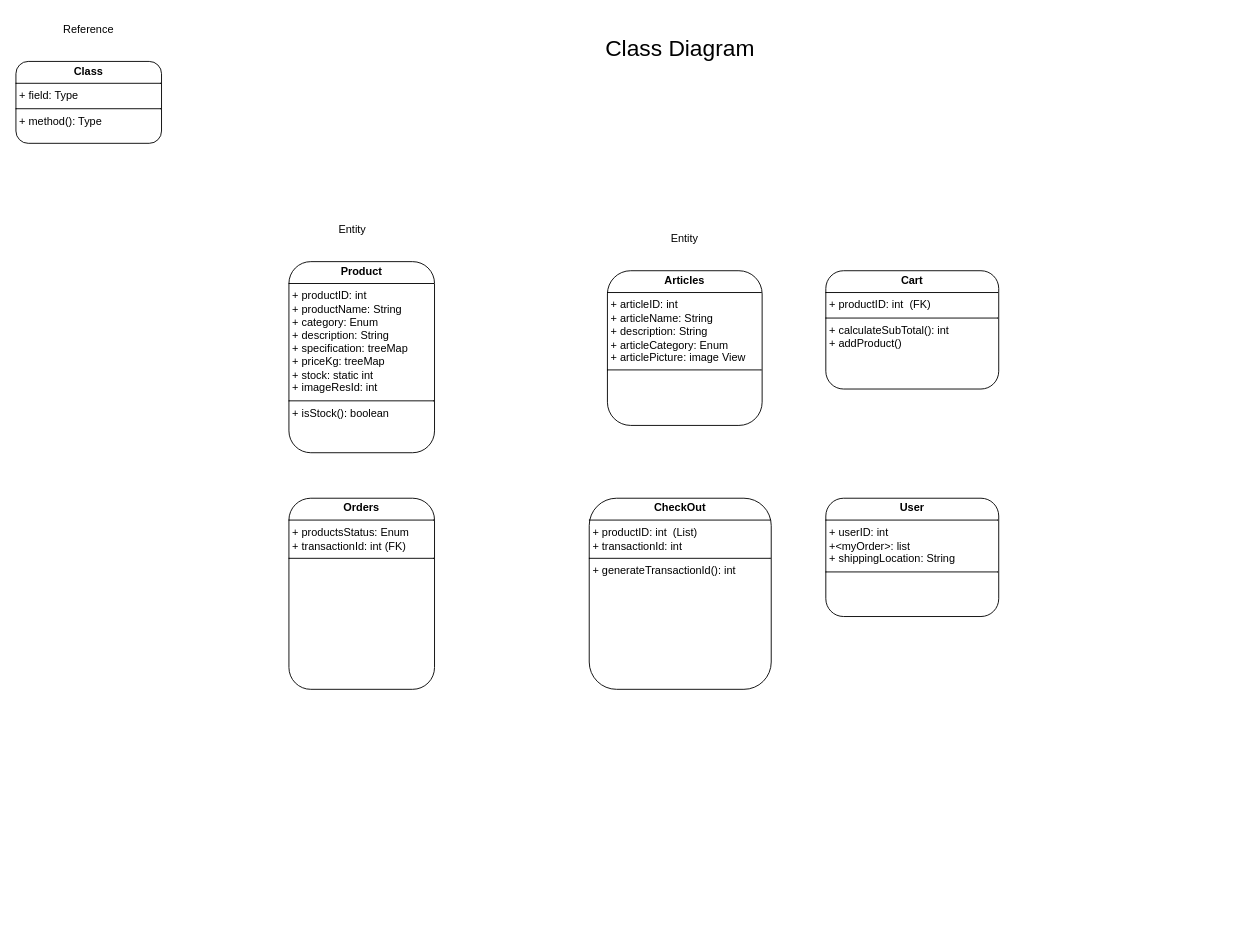
DevX300/TaniMart-UML keeps this draw.io diagram as TaniMart Class Diagram.drawio. Above is the earlier version. Source tidied: cells renumbered, new cells numbered last; positions are measured from the earlier drawing's top-left corner, leaving out a move shared by most shapes. Both pictures are drawn from the tidied source at 91%, with x=0, y=0 at pixel (15, 15).
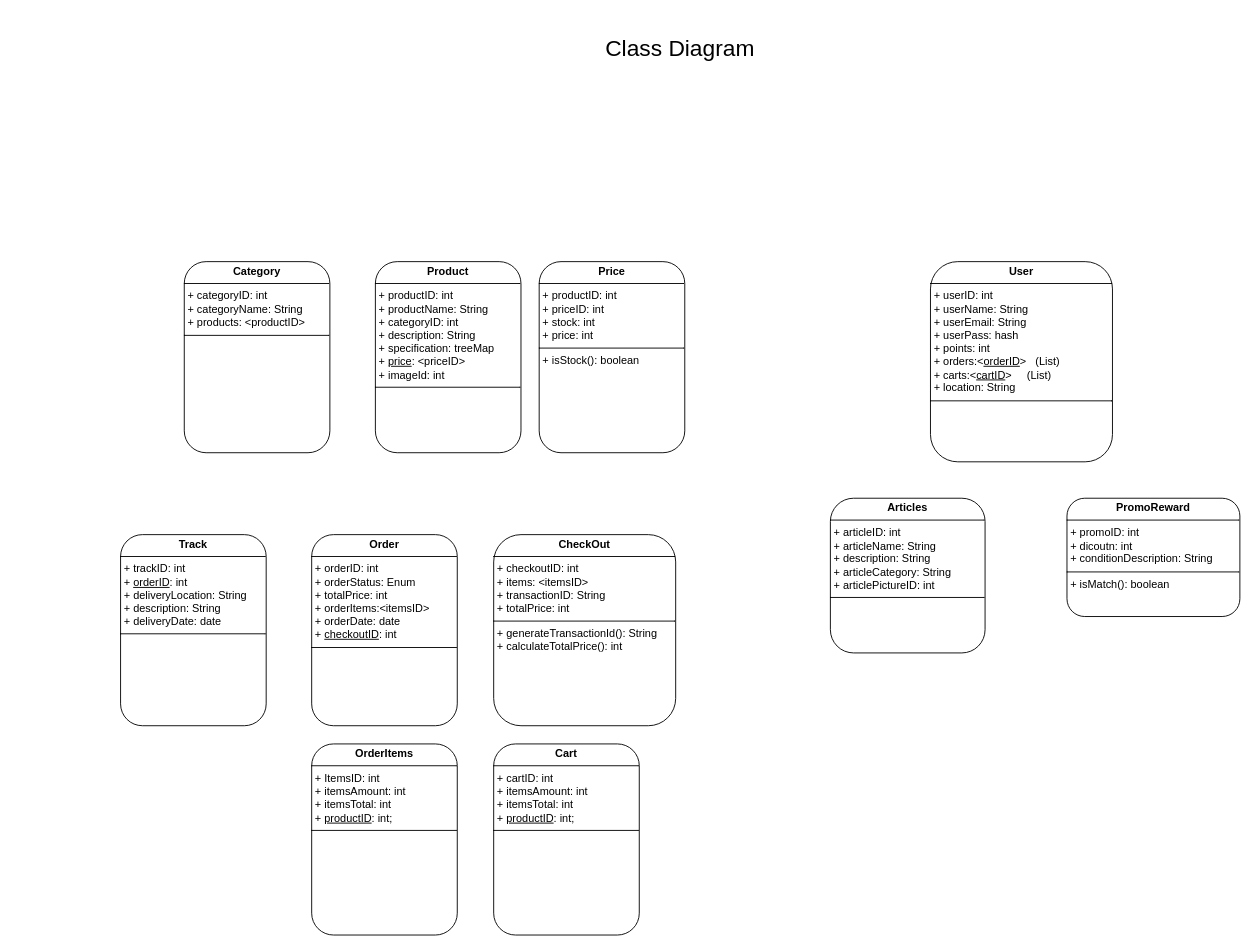
The same page after the edit.

Change to the diagram source:
```diff
@@
 <mxGraphModel>
   <root>
     <mxCell id="0" />
     <mxCell id="1" parent="0" />
-    <mxCell id="2" value="&lt;p style=&quot;margin:0px;margin-top:4px;text-align:center;&quot;&gt;&lt;b&gt;Class&lt;/b&gt;&lt;/p&gt;&lt;hr size=&quot;1&quot; style=&quot;border-style:solid;&quot;/&gt;&lt;p style=&quot;margin:0px;margin-left:4px;&quot;&gt;+ field: Type&lt;/p&gt;&lt;hr size=&quot;1&quot; style=&quot;border-style:solid;&quot;/&gt;&lt;p style=&quot;margin:0px;margin-left:4px;&quot;&gt;+ method(): Type&lt;/p&gt;" style="verticalAlign=top;align=left;overflow=fill;html=1;whiteSpace=wrap;rounded=1;" parent="1" vertex="1">
-      <mxGeometry y="50" width="160" height="90" as="geometry" />
-    </mxCell>
-    <mxCell id="3" value="&lt;p style=&quot;margin:0px;margin-top:4px;text-align:center;&quot;&gt;&lt;b&gt;Product&lt;/b&gt;&lt;/p&gt;&lt;hr size=&quot;1&quot; style=&quot;border-style:solid;&quot;&gt;&lt;p style=&quot;margin:0px;margin-left:4px;&quot;&gt;+ productID: int&lt;/p&gt;&lt;p style=&quot;margin:0px;margin-left:4px;&quot;&gt;+ productName: String&lt;/p&gt;&lt;p style=&quot;margin:0px;margin-left:4px;&quot;&gt;+ category: Enum&lt;/p&gt;&lt;p style=&quot;margin:0px;margin-left:4px;&quot;&gt;+ description: String&lt;/p&gt;&lt;p style=&quot;margin:0px;margin-left:4px;&quot;&gt;+ specification: treeMap&lt;/p&gt;&lt;p style=&quot;margin:0px;margin-left:4px;&quot;&gt;+ priceKg: treeMap&lt;/p&gt;&lt;p style=&quot;margin:0px;margin-left:4px;&quot;&gt;+ stock: static int&lt;/p&gt;&lt;p style=&quot;margin:0px;margin-left:4px;&quot;&gt;+&amp;nbsp;&lt;span style=&quot;background-color: transparent; color: light-dark(rgb(0, 0, 0), rgb(255, 255, 255));&quot;&gt;imageResId&lt;/span&gt;&lt;span style=&quot;background-color: transparent; color: light-dark(rgb(0, 0, 0), rgb(255, 255, 255));&quot;&gt;: int&lt;/span&gt;&lt;/p&gt;&lt;hr size=&quot;1&quot; style=&quot;border-style:solid;&quot;&gt;&lt;p style=&quot;margin:0px;margin-left:4px;&quot;&gt;+ isStock(): boolean&lt;/p&gt;" style="verticalAlign=top;align=left;overflow=fill;html=1;whiteSpace=wrap;rounded=1;" parent="1" vertex="1">
-      <mxGeometry x="300" y="270" width="160" height="210" as="geometry" />
+    <mxCell id="3" value="&lt;p style=&quot;margin:0px;margin-top:4px;text-align:center;&quot;&gt;&lt;b&gt;Product&lt;/b&gt;&lt;/p&gt;&lt;hr size=&quot;1&quot; style=&quot;border-style:solid;&quot;&gt;&lt;p style=&quot;margin:0px;margin-left:4px;&quot;&gt;+ productID: int&lt;/p&gt;&lt;p style=&quot;margin:0px;margin-left:4px;&quot;&gt;+ productName: String&lt;/p&gt;&lt;p style=&quot;margin:0px;margin-left:4px;&quot;&gt;+ categoryID: int&lt;/p&gt;&lt;p style=&quot;margin:0px;margin-left:4px;&quot;&gt;+ description: String&lt;/p&gt;&lt;p style=&quot;margin:0px;margin-left:4px;&quot;&gt;+ specification: treeMap&lt;/p&gt;&lt;p style=&quot;margin:0px;margin-left:4px;&quot;&gt;+ &lt;u&gt;price&lt;/u&gt;: &amp;lt;priceID&amp;gt;&lt;/p&gt;&lt;p style=&quot;margin:0px;margin-left:4px;&quot;&gt;+&amp;nbsp;&lt;span style=&quot;background-color: transparent; color: light-dark(rgb(0, 0, 0), rgb(255, 255, 255));&quot;&gt;imageId&lt;/span&gt;&lt;span style=&quot;background-color: transparent; color: light-dark(rgb(0, 0, 0), rgb(255, 255, 255));&quot;&gt;: int&lt;/span&gt;&lt;/p&gt;&lt;hr size=&quot;1&quot; style=&quot;border-style:solid;&quot;&gt;&lt;p style=&quot;margin:0px;margin-left:4px;&quot;&gt;&lt;br&gt;&lt;/p&gt;" style="verticalAlign=top;align=left;overflow=fill;html=1;whiteSpace=wrap;rounded=1;" parent="1" vertex="1">
+      <mxGeometry x="395" y="270" width="160" height="210" as="geometry" />
     </mxCell>
-    <mxCell id="4" value="Entity" style="text;html=1;whiteSpace=wrap;strokeColor=none;fillColor=none;align=center;verticalAlign=middle;rounded=0;" parent="1" vertex="1">
-      <mxGeometry x="340" y="220" width="60" height="30" as="geometry" />
-    </mxCell>
     <mxCell id="5" value="&lt;font style=&quot;font-size: 25px;&quot;&gt;Class Diagram&lt;/font&gt;" style="text;html=1;whiteSpace=wrap;strokeColor=none;fillColor=none;align=center;verticalAlign=middle;rounded=0;" parent="1" vertex="1">
       <mxGeometry x="590" y="20" width="280" height="30" as="geometry" />
     </mxCell>
-    <mxCell id="6" value="Reference" style="text;html=1;whiteSpace=wrap;strokeColor=none;fillColor=none;align=center;verticalAlign=middle;rounded=0;" parent="1" vertex="1">
-      <mxGeometry x="50" width="60" height="30" as="geometry" />
-    </mxCell>
-    <mxCell id="7" value="&lt;p style=&quot;margin:0px;margin-top:4px;text-align:center;&quot;&gt;&lt;b&gt;Articles&lt;/b&gt;&lt;/p&gt;&lt;hr size=&quot;1&quot; style=&quot;border-style:solid;&quot;&gt;&lt;p style=&quot;margin:0px;margin-left:4px;&quot;&gt;+ articleID: int&lt;/p&gt;&lt;p style=&quot;margin:0px;margin-left:4px;&quot;&gt;+ articleName: String&lt;/p&gt;&lt;p style=&quot;margin:0px;margin-left:4px;&quot;&gt;+ description: String&lt;/p&gt;&lt;p style=&quot;margin:0px;margin-left:4px;&quot;&gt;+ articleCategory: Enum&lt;/p&gt;&lt;p style=&quot;margin:0px;margin-left:4px;&quot;&gt;+ articlePicture: image View&amp;nbsp;&lt;/p&gt;&lt;hr size=&quot;1&quot; style=&quot;border-style:solid;&quot;&gt;&lt;p style=&quot;margin:0px;margin-left:4px;&quot;&gt;&lt;br&gt;&lt;/p&gt;" style="verticalAlign=top;align=left;overflow=fill;html=1;whiteSpace=wrap;rounded=1;" parent="1" vertex="1">
-      <mxGeometry x="650" y="280" width="170" height="170" as="geometry" />
+    <mxCell id="7" value="&lt;p style=&quot;margin:0px;margin-top:4px;text-align:center;&quot;&gt;&lt;b&gt;Articles&lt;/b&gt;&lt;/p&gt;&lt;hr size=&quot;1&quot; style=&quot;border-style:solid;&quot;&gt;&lt;p style=&quot;margin:0px;margin-left:4px;&quot;&gt;+ articleID: int&lt;/p&gt;&lt;p style=&quot;margin:0px;margin-left:4px;&quot;&gt;+ articleName: String&lt;/p&gt;&lt;p style=&quot;margin:0px;margin-left:4px;&quot;&gt;+ description: String&lt;/p&gt;&lt;p style=&quot;margin:0px;margin-left:4px;&quot;&gt;+ articleCategory: String&lt;/p&gt;&lt;p style=&quot;margin:0px;margin-left:4px;&quot;&gt;+ articlePictureID: int&amp;nbsp;&lt;/p&gt;&lt;hr size=&quot;1&quot; style=&quot;border-style:solid;&quot;&gt;&lt;p style=&quot;margin:0px;margin-left:4px;&quot;&gt;&lt;br&gt;&lt;/p&gt;" style="verticalAlign=top;align=left;overflow=fill;html=1;whiteSpace=wrap;rounded=1;" parent="1" vertex="1">
+      <mxGeometry x="895" y="530" width="170" height="170" as="geometry" />
     </mxCell>
-    <mxCell id="8" value="Entity" style="text;html=1;whiteSpace=wrap;strokeColor=none;fillColor=none;align=center;verticalAlign=middle;rounded=0;" parent="1" vertex="1">
-      <mxGeometry x="705" y="230" width="60" height="30" as="geometry" />
-    </mxCell>
-    <mxCell id="9" value="&lt;p style=&quot;margin:0px;margin-top:4px;text-align:center;&quot;&gt;&lt;b&gt;Orders&lt;/b&gt;&lt;/p&gt;&lt;hr size=&quot;1&quot; style=&quot;border-style:solid;&quot;&gt;&lt;p style=&quot;margin:0px;margin-left:4px;&quot;&gt;&lt;span style=&quot;background-color: transparent; color: light-dark(rgb(0, 0, 0), rgb(255, 255, 255));&quot;&gt;+ productsStatus: Enum&lt;/span&gt;&lt;/p&gt;&lt;p style=&quot;margin:0px;margin-left:4px;&quot;&gt;+ transactionId: int (FK)&lt;/p&gt;&lt;hr size=&quot;1&quot; style=&quot;border-style:solid;&quot;&gt;&lt;p style=&quot;margin:0px;margin-left:4px;&quot;&gt;&lt;br&gt;&lt;/p&gt;" style="verticalAlign=top;align=left;overflow=fill;html=1;whiteSpace=wrap;rounded=1;" parent="1" vertex="1">
-      <mxGeometry x="300" y="530" width="160" height="210" as="geometry" />
+    <mxCell id="9" value="&lt;p style=&quot;margin:0px;margin-top:4px;text-align:center;&quot;&gt;&lt;b&gt;Order&lt;/b&gt;&lt;/p&gt;&lt;hr size=&quot;1&quot; style=&quot;border-style:solid;&quot;&gt;&lt;p style=&quot;margin:0px;margin-left:4px;&quot;&gt;&lt;span style=&quot;background-color: transparent; color: light-dark(rgb(0, 0, 0), rgb(255, 255, 255));&quot;&gt;+ orderID: int&lt;/span&gt;&lt;/p&gt;&lt;p style=&quot;margin:0px;margin-left:4px;&quot;&gt;&lt;span style=&quot;background-color: transparent; color: light-dark(rgb(0, 0, 0), rgb(255, 255, 255));&quot;&gt;+ orderStatus: Enum&lt;br&gt;+ totalPrice: int&lt;/span&gt;&lt;/p&gt;&lt;p style=&quot;margin:0px;margin-left:4px;&quot;&gt;&lt;span style=&quot;background-color: transparent; color: light-dark(rgb(0, 0, 0), rgb(255, 255, 255));&quot;&gt;+ orderItems:&amp;lt;itemsID&amp;gt;&lt;/span&gt;&lt;/p&gt;&lt;p style=&quot;margin:0px;margin-left:4px;&quot;&gt;+ orderDate: date&lt;br&gt;+ &lt;u&gt;checkoutID&lt;/u&gt;: int&lt;/p&gt;&lt;hr size=&quot;1&quot; style=&quot;border-style:solid;&quot;&gt;&lt;p style=&quot;margin:0px;margin-left:4px;&quot;&gt;&lt;br&gt;&lt;/p&gt;" style="verticalAlign=top;align=left;overflow=fill;html=1;whiteSpace=wrap;rounded=1;" parent="1" vertex="1">
+      <mxGeometry x="325" y="570" width="160" height="210" as="geometry" />
     </mxCell>
-    <mxCell id="10" value="&lt;p style=&quot;margin:0px;margin-top:4px;text-align:center;&quot;&gt;&lt;b&gt;CheckOut&lt;/b&gt;&lt;/p&gt;&lt;hr size=&quot;1&quot; style=&quot;border-style:solid;&quot;&gt;&lt;p style=&quot;margin:0px;margin-left:4px;&quot;&gt;+ productID: int&amp;nbsp; (List)&amp;nbsp;&lt;/p&gt;&lt;p style=&quot;margin:0px;margin-left:4px;&quot;&gt;+ transactionId: int&lt;/p&gt;&lt;hr size=&quot;1&quot; style=&quot;border-style:solid;&quot;&gt;&lt;p style=&quot;margin:0px;margin-left:4px;&quot;&gt;+ generateTransactionId(): int&lt;/p&gt;" style="verticalAlign=top;align=left;overflow=fill;html=1;whiteSpace=wrap;rounded=1;" parent="1" vertex="1">
-      <mxGeometry x="630" y="530" width="200" height="210" as="geometry" />
+    <mxCell id="10" value="&lt;p style=&quot;margin:0px;margin-top:4px;text-align:center;&quot;&gt;&lt;b&gt;CheckOut&lt;/b&gt;&lt;/p&gt;&lt;hr size=&quot;1&quot; style=&quot;border-style:solid;&quot;&gt;&lt;p style=&quot;margin:0px;margin-left:4px;&quot;&gt;+ checkoutID: int&lt;/p&gt;&lt;p style=&quot;margin:0px;margin-left:4px;&quot;&gt;+ items: &amp;lt;itemsID&amp;gt;&amp;nbsp;&lt;/p&gt;&lt;p style=&quot;margin:0px;margin-left:4px;&quot;&gt;+ transactionID: String&lt;/p&gt;&lt;p style=&quot;margin:0px;margin-left:4px;&quot;&gt;+ totalPrice: int&lt;/p&gt;&lt;hr size=&quot;1&quot; style=&quot;border-style:solid;&quot;&gt;&lt;p style=&quot;margin:0px;margin-left:4px;&quot;&gt;+ generateTransactionId(): String&lt;/p&gt;&lt;p style=&quot;margin:0px;margin-left:4px;&quot;&gt;+ calculateTotalPrice(): int&lt;/p&gt;" style="verticalAlign=top;align=left;overflow=fill;html=1;whiteSpace=wrap;rounded=1;" parent="1" vertex="1">
+      <mxGeometry x="525" y="570" width="200" height="210" as="geometry" />
     </mxCell>
-    <mxCell id="11" value="&lt;p style=&quot;margin:0px;margin-top:4px;text-align:center;&quot;&gt;&lt;b&gt;User&lt;/b&gt;&lt;/p&gt;&lt;hr size=&quot;1&quot; style=&quot;border-style:solid;&quot;&gt;&lt;p style=&quot;margin:0px;margin-left:4px;&quot;&gt;+ userID: int&lt;/p&gt;&lt;p style=&quot;margin:0px;margin-left:4px;&quot;&gt;+&amp;lt;myOrder&amp;gt;: list&amp;nbsp;&lt;/p&gt;&lt;p style=&quot;margin:0px;margin-left:4px;&quot;&gt;+ shippingLocation: String&lt;/p&gt;&lt;hr size=&quot;1&quot; style=&quot;border-style:solid;&quot;&gt;&lt;p style=&quot;margin:0px;margin-left:4px;&quot;&gt;&lt;br&gt;&lt;/p&gt;" style="verticalAlign=top;align=left;overflow=fill;html=1;whiteSpace=wrap;rounded=1;" parent="1" vertex="1">
-      <mxGeometry x="890" y="530" width="190" height="130" as="geometry" />
+    <mxCell id="11" value="&lt;p style=&quot;margin:0px;margin-top:4px;text-align:center;&quot;&gt;&lt;b&gt;User&lt;/b&gt;&lt;/p&gt;&lt;hr size=&quot;1&quot; style=&quot;border-style:solid;&quot;&gt;&lt;p style=&quot;margin:0px;margin-left:4px;&quot;&gt;+ userID: int&lt;/p&gt;&lt;p style=&quot;margin:0px;margin-left:4px;&quot;&gt;+ userName: String&lt;/p&gt;&lt;p style=&quot;margin:0px;margin-left:4px;&quot;&gt;+ userEmail: String&lt;/p&gt;&lt;p style=&quot;margin:0px;margin-left:4px;&quot;&gt;+ userPass: hash&lt;/p&gt;&lt;p style=&quot;margin:0px;margin-left:4px;&quot;&gt;+ points: int&lt;/p&gt;&lt;p style=&quot;margin:0px;margin-left:4px;&quot;&gt;+ orders:&amp;lt;&lt;u&gt;orderID&lt;/u&gt;&amp;gt;&amp;nbsp; &amp;nbsp;(List)&lt;/p&gt;&lt;p style=&quot;margin:0px;margin-left:4px;&quot;&gt;+ carts:&amp;lt;&lt;u&gt;cartID&lt;/u&gt;&amp;gt;&amp;nbsp; &amp;nbsp; &amp;nbsp;(List)&lt;br&gt;+ location: String&lt;/p&gt;&lt;hr size=&quot;1&quot; style=&quot;border-style:solid;&quot;&gt;&lt;p style=&quot;margin:0px;margin-left:4px;&quot;&gt;&lt;br&gt;&lt;/p&gt;" style="verticalAlign=top;align=left;overflow=fill;html=1;whiteSpace=wrap;rounded=1;" parent="1" vertex="1">
+      <mxGeometry x="1005" y="270" width="200" height="220" as="geometry" />
     </mxCell>
-    <mxCell id="12" value="&lt;p style=&quot;margin:0px;margin-top:4px;text-align:center;&quot;&gt;&lt;b&gt;Cart&lt;/b&gt;&lt;/p&gt;&lt;hr size=&quot;1&quot; style=&quot;border-style:solid;&quot;&gt;&lt;p style=&quot;margin:0px;margin-left:4px;&quot;&gt;+ productID: int&amp;nbsp; (FK)&lt;/p&gt;&lt;hr size=&quot;1&quot; style=&quot;border-style:solid;&quot;&gt;&lt;p style=&quot;margin:0px;margin-left:4px;&quot;&gt;+ calculateSubTotal(): int&lt;/p&gt;&lt;p style=&quot;margin:0px;margin-left:4px;&quot;&gt;+ addProduct()&lt;/p&gt;" style="verticalAlign=top;align=left;overflow=fill;html=1;whiteSpace=wrap;rounded=1;" parent="1" vertex="1">
-      <mxGeometry x="890" y="280" width="190" height="130" as="geometry" />
+    <mxCell id="12" value="&lt;p style=&quot;margin:0px;margin-top:4px;text-align:center;&quot;&gt;&lt;b&gt;PromoReward&lt;/b&gt;&lt;/p&gt;&lt;hr size=&quot;1&quot; style=&quot;border-style:solid;&quot;&gt;&lt;p style=&quot;margin:0px;margin-left:4px;&quot;&gt;+ promoID: int&lt;/p&gt;&lt;p style=&quot;margin:0px;margin-left:4px;&quot;&gt;+ dicoutn: int&lt;/p&gt;&lt;p style=&quot;margin:0px;margin-left:4px;&quot;&gt;+ conditionDescription: String&lt;/p&gt;&lt;hr size=&quot;1&quot; style=&quot;border-style:solid;&quot;&gt;&lt;p style=&quot;margin:0px;margin-left:4px;&quot;&gt;+ isMatch(): boolean&lt;/p&gt;" style="verticalAlign=top;align=left;overflow=fill;html=1;whiteSpace=wrap;rounded=1;" parent="1" vertex="1">
+      <mxGeometry x="1155" y="530" width="190" height="130" as="geometry" />
     </mxCell>
+    <mxCell id="13" value="&lt;p style=&quot;margin:0px;margin-top:4px;text-align:center;&quot;&gt;&lt;b&gt;Price&lt;/b&gt;&lt;/p&gt;&lt;hr size=&quot;1&quot; style=&quot;border-style:solid;&quot;&gt;&lt;p style=&quot;margin:0px;margin-left:4px;&quot;&gt;+ productID: int&lt;/p&gt;&lt;p style=&quot;margin:0px;margin-left:4px;&quot;&gt;+ priceID: int&lt;br&gt;&lt;/p&gt;&lt;p style=&quot;margin:0px;margin-left:4px;&quot;&gt;+ stock: int&lt;/p&gt;&lt;p style=&quot;margin:0px;margin-left:4px;&quot;&gt;+ price: int&lt;/p&gt;&lt;hr size=&quot;1&quot; style=&quot;border-style:solid;&quot;&gt;&lt;p style=&quot;margin:0px;margin-left:4px;&quot;&gt;+ isStock(): boolean&lt;/p&gt;" style="verticalAlign=top;align=left;overflow=fill;html=1;whiteSpace=wrap;rounded=1;" parent="1" vertex="1">
+      <mxGeometry x="575" y="270" width="160" height="210" as="geometry" />
+    </mxCell>
+    <mxCell id="14" value="&lt;p style=&quot;margin:0px;margin-top:4px;text-align:center;&quot;&gt;&lt;b&gt;OrderItems&lt;/b&gt;&lt;/p&gt;&lt;hr size=&quot;1&quot; style=&quot;border-style:solid;&quot;&gt;&lt;p style=&quot;margin:0px;margin-left:4px;&quot;&gt;&lt;span style=&quot;background-color: transparent; color: light-dark(rgb(0, 0, 0), rgb(255, 255, 255));&quot;&gt;+ ItemsID: int&lt;/span&gt;&lt;/p&gt;&lt;p style=&quot;margin:0px;margin-left:4px;&quot;&gt;&lt;span style=&quot;background-color: transparent; color: light-dark(rgb(0, 0, 0), rgb(255, 255, 255));&quot;&gt;+ itemsAmount: int&lt;/span&gt;&lt;/p&gt;&lt;p style=&quot;margin:0px;margin-left:4px;&quot;&gt;&lt;span style=&quot;background-color: transparent; color: light-dark(rgb(0, 0, 0), rgb(255, 255, 255));&quot;&gt;+ itemsTotal: int&lt;/span&gt;&lt;/p&gt;&lt;p style=&quot;margin:0px;margin-left:4px;&quot;&gt;&lt;span style=&quot;background-color: transparent; color: light-dark(rgb(0, 0, 0), rgb(255, 255, 255));&quot;&gt;+ &lt;u&gt;productID&lt;/u&gt;: int;&lt;/span&gt;&lt;/p&gt;&lt;hr size=&quot;1&quot; style=&quot;border-style:solid;&quot;&gt;&lt;p style=&quot;margin:0px;margin-left:4px;&quot;&gt;&lt;br&gt;&lt;/p&gt;" style="verticalAlign=top;align=left;overflow=fill;html=1;whiteSpace=wrap;rounded=1;" parent="1" vertex="1">
+      <mxGeometry x="325" y="800" width="160" height="210" as="geometry" />
+    </mxCell>
+    <mxCell id="15" value="&lt;p style=&quot;margin:0px;margin-top:4px;text-align:center;&quot;&gt;&lt;b&gt;Cart&lt;/b&gt;&lt;/p&gt;&lt;hr size=&quot;1&quot; style=&quot;border-style:solid;&quot;&gt;&lt;p style=&quot;margin:0px;margin-left:4px;&quot;&gt;&lt;span style=&quot;background-color: transparent; color: light-dark(rgb(0, 0, 0), rgb(255, 255, 255));&quot;&gt;+ cartID: int&lt;/span&gt;&lt;/p&gt;&lt;p style=&quot;margin:0px;margin-left:4px;&quot;&gt;&lt;span style=&quot;background-color: transparent; color: light-dark(rgb(0, 0, 0), rgb(255, 255, 255));&quot;&gt;+ itemsAmount: int&lt;/span&gt;&lt;/p&gt;&lt;p style=&quot;margin:0px;margin-left:4px;&quot;&gt;&lt;span style=&quot;background-color: transparent; color: light-dark(rgb(0, 0, 0), rgb(255, 255, 255));&quot;&gt;+ itemsTotal: int&lt;/span&gt;&lt;/p&gt;&lt;p style=&quot;margin:0px;margin-left:4px;&quot;&gt;&lt;span style=&quot;background-color: transparent; color: light-dark(rgb(0, 0, 0), rgb(255, 255, 255));&quot;&gt;+ &lt;u&gt;productID&lt;/u&gt;: int;&lt;/span&gt;&lt;/p&gt;&lt;hr size=&quot;1&quot; style=&quot;border-style:solid;&quot;&gt;&lt;p style=&quot;margin:0px;margin-left:4px;&quot;&gt;&lt;br&gt;&lt;/p&gt;" style="verticalAlign=top;align=left;overflow=fill;html=1;whiteSpace=wrap;rounded=1;" parent="1" vertex="1">
+      <mxGeometry x="525" y="800" width="160" height="210" as="geometry" />
+    </mxCell>
+    <mxCell id="16" value="&lt;p style=&quot;margin:0px;margin-top:4px;text-align:center;&quot;&gt;&lt;b&gt;Category&lt;/b&gt;&lt;/p&gt;&lt;hr size=&quot;1&quot; style=&quot;border-style:solid;&quot;&gt;&lt;p style=&quot;margin:0px;margin-left:4px;&quot;&gt;+ categoryID: int&lt;br&gt;&lt;/p&gt;&lt;p style=&quot;margin:0px;margin-left:4px;&quot;&gt;+ categoryName: String&lt;/p&gt;&lt;p style=&quot;margin:0px;margin-left:4px;&quot;&gt;+ products: &amp;lt;productID&amp;gt;&lt;/p&gt;&lt;hr size=&quot;1&quot; style=&quot;border-style:solid;&quot;&gt;&lt;p style=&quot;margin:0px;margin-left:4px;&quot;&gt;&lt;br&gt;&lt;/p&gt;" style="verticalAlign=top;align=left;overflow=fill;html=1;whiteSpace=wrap;rounded=1;" parent="1" vertex="1">
+      <mxGeometry x="185" y="270" width="160" height="210" as="geometry" />
+    </mxCell>
+    <mxCell id="17" value="&lt;p style=&quot;margin:0px;margin-top:4px;text-align:center;&quot;&gt;&lt;b&gt;Track&lt;/b&gt;&lt;/p&gt;&lt;hr size=&quot;1&quot; style=&quot;border-style:solid;&quot;&gt;&lt;p style=&quot;margin:0px;margin-left:4px;&quot;&gt;&lt;span style=&quot;background-color: transparent; color: light-dark(rgb(0, 0, 0), rgb(255, 255, 255));&quot;&gt;+ trackID: int&lt;br&gt;&lt;/span&gt;&lt;/p&gt;&lt;p style=&quot;margin:0px;margin-left:4px;&quot;&gt;&lt;span style=&quot;background-color: transparent; color: light-dark(rgb(0, 0, 0), rgb(255, 255, 255));&quot;&gt;+ &lt;u&gt;orderID&lt;/u&gt;: int&lt;br&gt;+ deliveryLocation: String&lt;/span&gt;&lt;/p&gt;&lt;p style=&quot;margin:0px;margin-left:4px;&quot;&gt;&lt;span style=&quot;background-color: transparent; color: light-dark(rgb(0, 0, 0), rgb(255, 255, 255));&quot;&gt;+ description: String&lt;/span&gt;&lt;/p&gt;&lt;p style=&quot;margin:0px;margin-left:4px;&quot;&gt;&lt;span style=&quot;background-color: transparent; color: light-dark(rgb(0, 0, 0), rgb(255, 255, 255));&quot;&gt;+ deliveryDate: date&lt;/span&gt;&lt;/p&gt;&lt;hr size=&quot;1&quot; style=&quot;border-style:solid;&quot;&gt;&lt;p style=&quot;margin:0px;margin-left:4px;&quot;&gt;&lt;br&gt;&lt;/p&gt;" style="verticalAlign=top;align=left;overflow=fill;html=1;whiteSpace=wrap;rounded=1;" parent="1" vertex="1">
+      <mxGeometry x="115" y="570" width="160" height="210" as="geometry" />
+    </mxCell>
   </root>
 </mxGraphModel>
```
